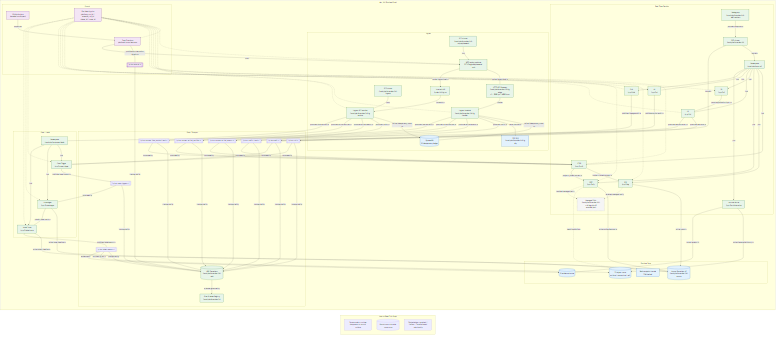
Before: docs/design/platform/dev_full/graph/dev_full_platform_runtime_current_v0.mermaid.png, a diagram exported from Mermaid (EsosaOrumwese/fraud-detection-system). Its source is kept beside it as docs/design/platform/dev_full/graph/dev_full_platform_runtime_current_v0.mermaid.mmd.
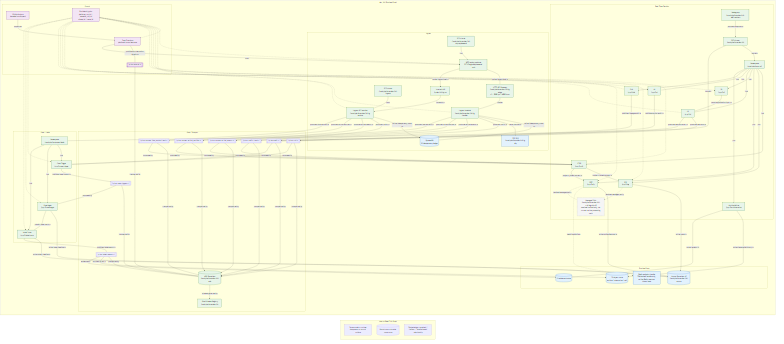
After the commit.

Commit message:
Clarify graph labels across dev_full set: specify retained surfaces and handle-only resources for Managed Flink, SageMaker, Redis, and MWAA IAM role; rerender affected PNGs.

What changed in the source:
```diff
@@ -56,7 +56,7 @@
       AL["AL<br>fp-pr3-al"]
       DLA["DLA<br>fp-pr3-dla"]
       ARCHIVE["Archive Writer<br>fp-pr3-archive-writer"]
-      MSF["Managed Flink<br>fraud-platform-dev-full-rtdl-ieg-ofp-v0<br>retained path"]
+      MSF["Managed Flink<br>fraud-platform-dev-full-rtdl-ieg-ofp-v0<br>retained surface only, not current active processing path"]
     end
 
     subgraph CASELABEL["Case / Label"]
@@ -68,7 +68,7 @@
 
     subgraph STATE["Runtime State"]
       AURORA[("Aurora Serverless v2<br>fraud-platform-dev-full-aurora")]
-      REDISH["Redis endpoint handle<br>SSM-backed"]
+      REDISH["Redis endpoint handle<br>SSM-backed handle only, no live Redis resource shown here"]
       OBJ[("S3 object store<br>archive / quarantine / refs")]
       EVID[("S3 evidence bucket")]
     end
```
